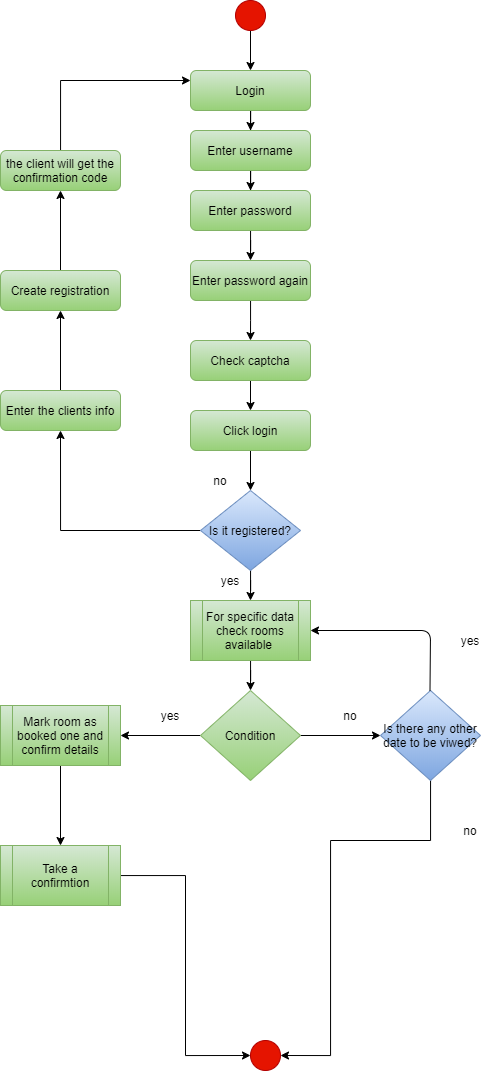
The draw.io diagram Diagrams/Activity Diagram/client.png in Sonja17/Hotel-Management-System, before a commit. Source tidied: cells renumbered, new cells last; positions are measured from the earlier drawing's top-left corner, leaving out a move shared by most shapes.
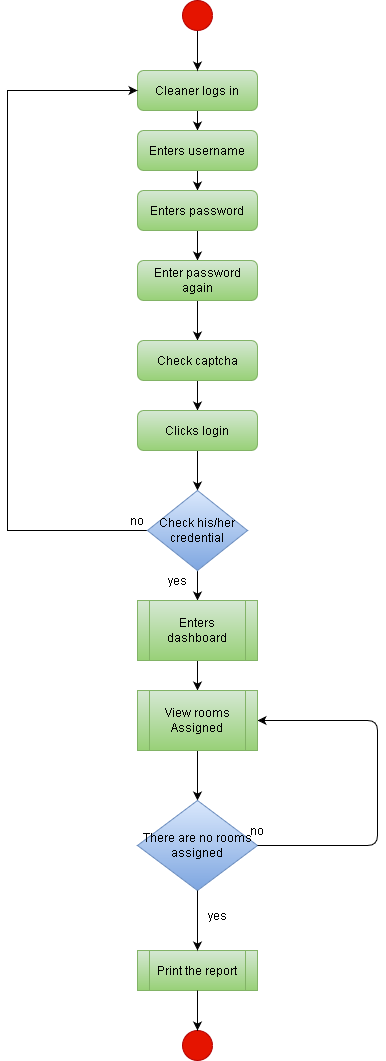
The same diagram one commit later.

What changed in the source:
```diff
@@ -7,7 +7,7 @@
         <mxPoint x="250" y="130" as="targetPoint" />
       </mxGeometry>
     </mxCell>
-    <mxCell id="3" value="Login" style="rounded=1;whiteSpace=wrap;html=1;fontSize=12;glass=0;strokeWidth=1;shadow=0;fillColor=#d5e8d4;strokeColor=#82b366;gradientColor=#97d077;" parent="1" vertex="1">
+    <mxCell id="3" value="Cleaner logs in" style="rounded=1;whiteSpace=wrap;html=1;fontSize=12;glass=0;strokeWidth=1;shadow=0;fillColor=#d5e8d4;strokeColor=#82b366;gradientColor=#97d077;" parent="1" vertex="1">
       <mxGeometry x="190" y="70" width="120" height="40" as="geometry" />
     </mxCell>
     <mxCell id="4" style="edgeStyle=orthogonalEdgeStyle;rounded=0;jettySize=auto;html=1;" parent="1" edge="1" source="5">
@@ -15,7 +15,7 @@
         <mxPoint x="250" y="190" as="targetPoint" />
       </mxGeometry>
     </mxCell>
-    <mxCell id="5" value="Enter username" style="rounded=1;whiteSpace=wrap;html=1;fontSize=12;glass=0;strokeWidth=1;shadow=0;fillColor=#d5e8d4;strokeColor=#82b366;gradientColor=#97d077;" parent="1" vertex="1">
+    <mxCell id="5" value="Enters username" style="rounded=1;whiteSpace=wrap;html=1;fontSize=12;glass=0;strokeWidth=1;shadow=0;fillColor=#d5e8d4;strokeColor=#82b366;gradientColor=#97d077;" parent="1" vertex="1">
       <mxGeometry x="190" y="130" width="120" height="40" as="geometry" />
     </mxCell>
     <mxCell id="6" style="edgeStyle=orthogonalEdgeStyle;rounded=0;jettySize=auto;html=1;" parent="1" edge="1" source="7">
@@ -23,7 +23,7 @@
         <mxPoint x="250" y="260" as="targetPoint" />
       </mxGeometry>
     </mxCell>
-    <mxCell id="7" value="Enter password" style="rounded=1;whiteSpace=wrap;html=1;fontSize=12;glass=0;strokeWidth=1;shadow=0;fillColor=#d5e8d4;strokeColor=#82b366;gradientColor=#97d077;" parent="1" vertex="1">
+    <mxCell id="7" value="Enters password" style="rounded=1;whiteSpace=wrap;html=1;fontSize=12;glass=0;strokeWidth=1;shadow=0;fillColor=#d5e8d4;strokeColor=#82b366;gradientColor=#97d077;" parent="1" vertex="1">
       <mxGeometry x="190" y="190" width="120" height="40" as="geometry" />
     </mxCell>
     <mxCell id="8" style="edgeStyle=orthogonalEdgeStyle;rounded=0;jettySize=auto;html=1;" parent="1" edge="1" source="9">
@@ -49,7 +49,7 @@
         <mxPoint x="250" y="490" as="targetPoint" />
       </mxGeometry>
     </mxCell>
-    <mxCell id="12" value="Click login" style="rounded=1;whiteSpace=wrap;html=1;fontSize=12;glass=0;strokeWidth=1;shadow=0;fillColor=#d5e8d4;strokeColor=#82b366;gradientColor=#97d077;" parent="1" vertex="1">
+    <mxCell id="12" value="Clicks login" style="rounded=1;whiteSpace=wrap;html=1;fontSize=12;glass=0;strokeWidth=1;shadow=0;fillColor=#d5e8d4;strokeColor=#82b366;gradientColor=#97d077;" parent="1" vertex="1">
       <mxGeometry x="190" y="410" width="120" height="40" as="geometry" />
     </mxCell>
     <mxCell id="13" style="edgeStyle=orthogonalEdgeStyle;rounded=0;jettySize=auto;html=1;" parent="1" edge="1" source="15">
@@ -57,12 +57,15 @@
         <mxPoint x="250" y="600" as="targetPoint" />
       </mxGeometry>
     </mxCell>
-    <mxCell id="14" style="edgeStyle=orthogonalEdgeStyle;rounded=0;jettySize=auto;html=1;" parent="1" edge="1" source="15">
+    <mxCell id="14" style="edgeStyle=orthogonalEdgeStyle;rounded=0;jettySize=auto;html=1;entryX=0;entryY=0.5;entryDx=0;entryDy=0;" parent="1" edge="1" source="15" target="3">
       <mxGeometry relative="1" as="geometry">
-        <mxPoint x="60" y="430" as="targetPoint" />
+        <Array as="points">
+          <mxPoint x="60" y="530" />
+          <mxPoint x="60" y="90" />
+        </Array>
       </mxGeometry>
     </mxCell>
-    <mxCell id="15" value="Is it registered?" style="rhombus;whiteSpace=wrap;html=1;fillColor=#dae8fc;strokeColor=#6c8ebf;gradientColor=#7ea6e0;" parent="1" vertex="1">
+    <mxCell id="15" value="Check his/her credential" style="rhombus;whiteSpace=wrap;html=1;fillColor=#dae8fc;strokeColor=#6c8ebf;gradientColor=#7ea6e0;" parent="1" vertex="1">
       <mxGeometry x="200" y="490" width="100" height="80" as="geometry" />
     </mxCell>
     <mxCell id="16" style="edgeStyle=orthogonalEdgeStyle;rounded=0;jettySize=auto;html=1;" parent="1" edge="1" source="17">
@@ -70,75 +73,48 @@
         <mxPoint x="250" y="690" as="targetPoint" />
       </mxGeometry>
     </mxCell>
-    <mxCell id="17" value="For specific data check rooms available&amp;nbsp;" style="shape=process;whiteSpace=wrap;html=1;backgroundOutline=1;fillColor=#d5e8d4;strokeColor=#82b366;gradientColor=#97d077;" parent="1" vertex="1">
+    <mxCell id="17" value="Enters dashboard" style="shape=process;whiteSpace=wrap;html=1;backgroundOutline=1;fillColor=#d5e8d4;strokeColor=#82b366;gradientColor=#97d077;" parent="1" vertex="1">
       <mxGeometry x="190" y="600" width="120" height="60" as="geometry" />
     </mxCell>
-    <mxCell id="18" style="edgeStyle=orthogonalEdgeStyle;rounded=0;jettySize=auto;html=1;" parent="1" edge="1" source="20" target="22">
-      <mxGeometry relative="1" as="geometry" />
-    </mxCell>
-    <mxCell id="19" style="edgeStyle=orthogonalEdgeStyle;rounded=0;jettySize=auto;html=1;" parent="1" edge="1" source="20">
+    <mxCell id="19" style="edgeStyle=orthogonalEdgeStyle;rounded=0;jettySize=auto;html=1;exitX=0.5;exitY=1;exitDx=0;exitDy=0;" parent="1" edge="1" source="26">
       <mxGeometry relative="1" as="geometry">
-        <mxPoint x="120" y="735" as="targetPoint" />
+        <mxPoint x="250" y="800" as="targetPoint" />
       </mxGeometry>
     </mxCell>
-    <mxCell id="20" value="Condition" style="rhombus;whiteSpace=wrap;html=1;fillColor=#d5e8d4;strokeColor=#82b366;gradientColor=#97d077;" parent="1" vertex="1">
-      <mxGeometry x="200" y="690" width="100" height="90" as="geometry" />
-    </mxCell>
-    <mxCell id="21" style="edgeStyle=orthogonalEdgeStyle;rounded=0;jettySize=auto;html=1;entryX=1;entryY=0.5;entryDx=0;entryDy=0;" parent="1" edge="1" source="22" target="35">
-      <mxGeometry relative="1" as="geometry">
-        <Array as="points">
-          <mxPoint x="430" y="840" />
-          <mxPoint x="330" y="840" />
-          <mxPoint x="330" y="1055" />
-        </Array>
-      </mxGeometry>
-    </mxCell>
-    <mxCell id="22" value="Is there any other date to be viwed?" style="rhombus;whiteSpace=wrap;html=1;fillColor=#dae8fc;strokeColor=#6c8ebf;gradientColor=#7ea6e0;" parent="1" vertex="1">
-      <mxGeometry x="380" y="690" width="100" height="90" as="geometry" />
+    <mxCell id="22" value="There are no rooms assigned" style="rhombus;whiteSpace=wrap;html=1;fillColor=#dae8fc;strokeColor=#6c8ebf;gradientColor=#7ea6e0;" parent="1" vertex="1">
+      <mxGeometry x="190" y="800" width="120" height="90" as="geometry" />
     </mxCell>
     <mxCell id="23" value="Check captcha" style="rounded=1;whiteSpace=wrap;html=1;fontSize=12;glass=0;strokeWidth=1;shadow=0;fillColor=#d5e8d4;strokeColor=#82b366;gradientColor=#97d077;" parent="1" vertex="1">
       <mxGeometry x="190" y="340" width="120" height="40" as="geometry" />
     </mxCell>
-    <mxCell id="24" style="endArrow=classic;html=1;entryX=1;entryY=0.5;entryDx=0;entryDy=0;" parent="1" edge="1" target="17">
+    <mxCell id="24" style="endArrow=classic;html=1;entryX=1;entryY=0.5;entryDx=0;entryDy=0;exitX=1;exitY=0.5;exitDx=0;exitDy=0;" parent="1" edge="1" source="22" target="26">
       <mxGeometry relative="1" as="geometry">
-        <mxPoint x="429.5" y="690" as="sourcePoint" />
         <Array as="points">
-          <mxPoint x="430" y="630" />
+          <mxPoint x="430" y="845" />
+          <mxPoint x="430" y="720" />
         </Array>
       </mxGeometry>
     </mxCell>
-    <mxCell id="25" style="edgeStyle=orthogonalEdgeStyle;rounded=0;jettySize=auto;html=1;" parent="1" edge="1" source="26" target="28">
-      <mxGeometry relative="1" as="geometry" />
-    </mxCell>
-    <mxCell id="26" value="Mark room as booked one and confirm details" style="shape=process;whiteSpace=wrap;html=1;backgroundOutline=1;fillColor=#d5e8d4;strokeColor=#82b366;gradientColor=#97d077;" parent="1" vertex="1">
-      <mxGeometry y="705" width="120" height="60" as="geometry" />
+    <mxCell id="26" value="View rooms Assigned" style="shape=process;whiteSpace=wrap;html=1;backgroundOutline=1;fillColor=#d5e8d4;strokeColor=#82b366;gradientColor=#97d077;" parent="1" vertex="1">
+      <mxGeometry x="190" y="690" width="120" height="60" as="geometry" />
     </mxCell>
-    <mxCell id="27" style="edgeStyle=orthogonalEdgeStyle;rounded=0;jettySize=auto;html=1;entryX=0;entryY=0.5;entryDx=0;entryDy=0;" parent="1" edge="1" source="28" target="35">
-      <mxGeometry relative="1" as="geometry" />
-    </mxCell>
-    <mxCell id="28" value="Take a confirmtion" style="shape=process;whiteSpace=wrap;html=1;backgroundOutline=1;fillColor=#d5e8d4;strokeColor=#82b366;gradientColor=#97d077;" parent="1" vertex="1">
-      <mxGeometry y="845" width="120" height="60" as="geometry" />
+    <mxCell id="28" value="Print the report" style="shape=process;whiteSpace=wrap;html=1;backgroundOutline=1;fillColor=#d5e8d4;strokeColor=#82b366;gradientColor=#97d077;" parent="1" vertex="1">
+      <mxGeometry x="190" y="950" width="120" height="40" as="geometry" />
     </mxCell>
-    <mxCell id="29" value="yes" style="text;html=1;strokeColor=none;fillColor=none;align=center;verticalAlign=middle;whiteSpace=wrap;rounded=0;" parent="1" vertex="1">
-      <mxGeometry x="150" y="705" width="40" height="20" as="geometry" />
-    </mxCell>
-    <mxCell id="30" value="no" style="text;html=1;strokeColor=none;fillColor=none;align=center;verticalAlign=middle;whiteSpace=wrap;rounded=0;" parent="1" vertex="1">
-      <mxGeometry x="330" y="705" width="40" height="20" as="geometry" />
-    </mxCell>
     <mxCell id="31" value="yes" style="text;html=1;strokeColor=none;fillColor=none;align=center;verticalAlign=middle;whiteSpace=wrap;rounded=0;" parent="1" vertex="1">
-      <mxGeometry x="450" y="630" width="40" height="20" as="geometry" />
+      <mxGeometry x="250" y="905" width="40" height="20" as="geometry" />
     </mxCell>
     <mxCell id="32" value="no" style="text;html=1;strokeColor=none;fillColor=none;align=center;verticalAlign=middle;whiteSpace=wrap;rounded=0;" parent="1" vertex="1">
-      <mxGeometry x="450" y="820" width="40" height="20" as="geometry" />
+      <mxGeometry x="290" y="820" width="40" height="20" as="geometry" />
     </mxCell>
     <mxCell id="33" value="yes" style="text;html=1;strokeColor=none;fillColor=none;align=center;verticalAlign=middle;whiteSpace=wrap;rounded=0;" parent="1" vertex="1">
       <mxGeometry x="210" y="570" width="40" height="20" as="geometry" />
     </mxCell>
     <mxCell id="34" value="no" style="text;html=1;strokeColor=none;fillColor=none;align=center;verticalAlign=middle;whiteSpace=wrap;rounded=0;" parent="1" vertex="1">
-      <mxGeometry x="200" y="470" width="40" height="20" as="geometry" />
+      <mxGeometry x="170" y="510" width="40" height="20" as="geometry" />
     </mxCell>
     <mxCell id="35" style="ellipse;whiteSpace=wrap;html=1;fillColor=#e51400;strokeColor=#B20000;fontColor=#ffffff;" parent="1" vertex="1">
-      <mxGeometry x="250" y="1040" width="30" height="30" as="geometry" />
+      <mxGeometry x="235" y="1030" width="30" height="30" as="geometry" />
     </mxCell>
     <mxCell id="36" style="edgeStyle=orthogonalEdgeStyle;rounded=0;jettySize=auto;html=1;" parent="1" edge="1" source="37" target="3">
       <mxGeometry relative="1" as="geometry" />
@@ -146,27 +122,13 @@
     <mxCell id="37" style="ellipse;whiteSpace=wrap;html=1;fillColor=#e51400;strokeColor=#B20000;fontColor=#ffffff;" parent="1" vertex="1">
       <mxGeometry x="235" width="30" height="30" as="geometry" />
     </mxCell>
-    <mxCell id="38" style="edgeStyle=orthogonalEdgeStyle;rounded=0;jettySize=auto;html=1;" parent="1" edge="1" source="39" target="41">
-      <mxGeometry relative="1" as="geometry" />
-    </mxCell>
-    <mxCell id="39" value="Enter the clients info" style="rounded=1;whiteSpace=wrap;html=1;fillColor=#d5e8d4;strokeColor=#82b366;gradientColor=#97d077;" parent="1" vertex="1">
-      <mxGeometry y="390" width="120" height="40" as="geometry" />
-    </mxCell>
-    <mxCell id="40" style="edgeStyle=orthogonalEdgeStyle;rounded=0;jettySize=auto;html=1;" parent="1" edge="1" source="41" target="43">
-      <mxGeometry relative="1" as="geometry" />
-    </mxCell>
-    <mxCell id="41" value="Create registration" style="rounded=1;whiteSpace=wrap;html=1;fillColor=#d5e8d4;strokeColor=#82b366;gradientColor=#97d077;" parent="1" vertex="1">
-      <mxGeometry y="270" width="120" height="40" as="geometry" />
-    </mxCell>
-    <mxCell id="42" style="edgeStyle=orthogonalEdgeStyle;rounded=0;jettySize=auto;html=1;entryX=0;entryY=0.25;entryDx=0;entryDy=0;" parent="1" edge="1" source="43" target="3">
-      <mxGeometry relative="1" as="geometry">
-        <Array as="points">
-          <mxPoint x="60" y="80" />
-        </Array>
-      </mxGeometry>
-    </mxCell>
-    <mxCell id="43" value="the client will get the confirmation code" style="rounded=1;whiteSpace=wrap;html=1;fillColor=#d5e8d4;strokeColor=#82b366;gradientColor=#97d077;" parent="1" vertex="1">
-      <mxGeometry y="150" width="120" height="40" as="geometry" />
-    </mxCell>
+    <mxCell id="44" style="endArrow=classic;html=1;exitX=0.5;exitY=1;exitDx=0;exitDy=0;" parent="1" edge="1" source="22">
+      <mxGeometry relative="1" as="geometry">
+        <mxPoint x="250" y="950" as="targetPoint" />
+      </mxGeometry>
+    </mxCell>
+    <mxCell id="27" style="endArrow=classic;html=1;exitX=0.5;exitY=1;exitDx=0;exitDy=0;entryX=0.5;entryY=0;entryDx=0;entryDy=0;" parent="1" edge="1" source="28" target="35">
+      <mxGeometry relative="1" as="geometry" />
+    </mxCell>
   </root>
 </mxGraphModel>
```
